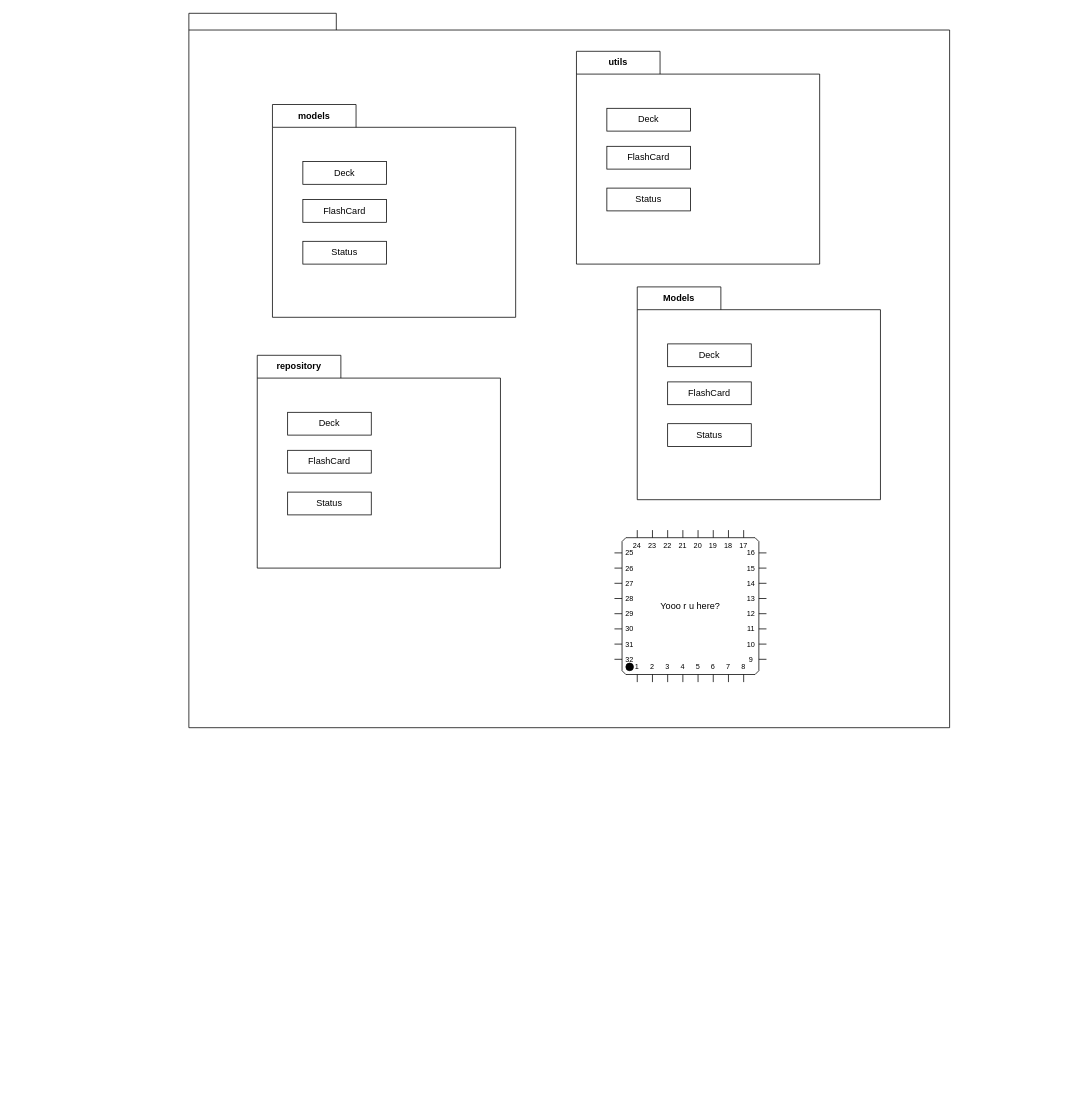
wasimic311/uml keeps this draw.io diagram as package.drawio. Above is the earlier version. Source tidied: cells renumbered, new cells numbered last; positions are measured from the earlier drawing's top-left corner, leaving out a move shared by most shapes. Both pictures are drawn from the tidied source at 76%, with x=0, y=0 at pixel (188, 13).
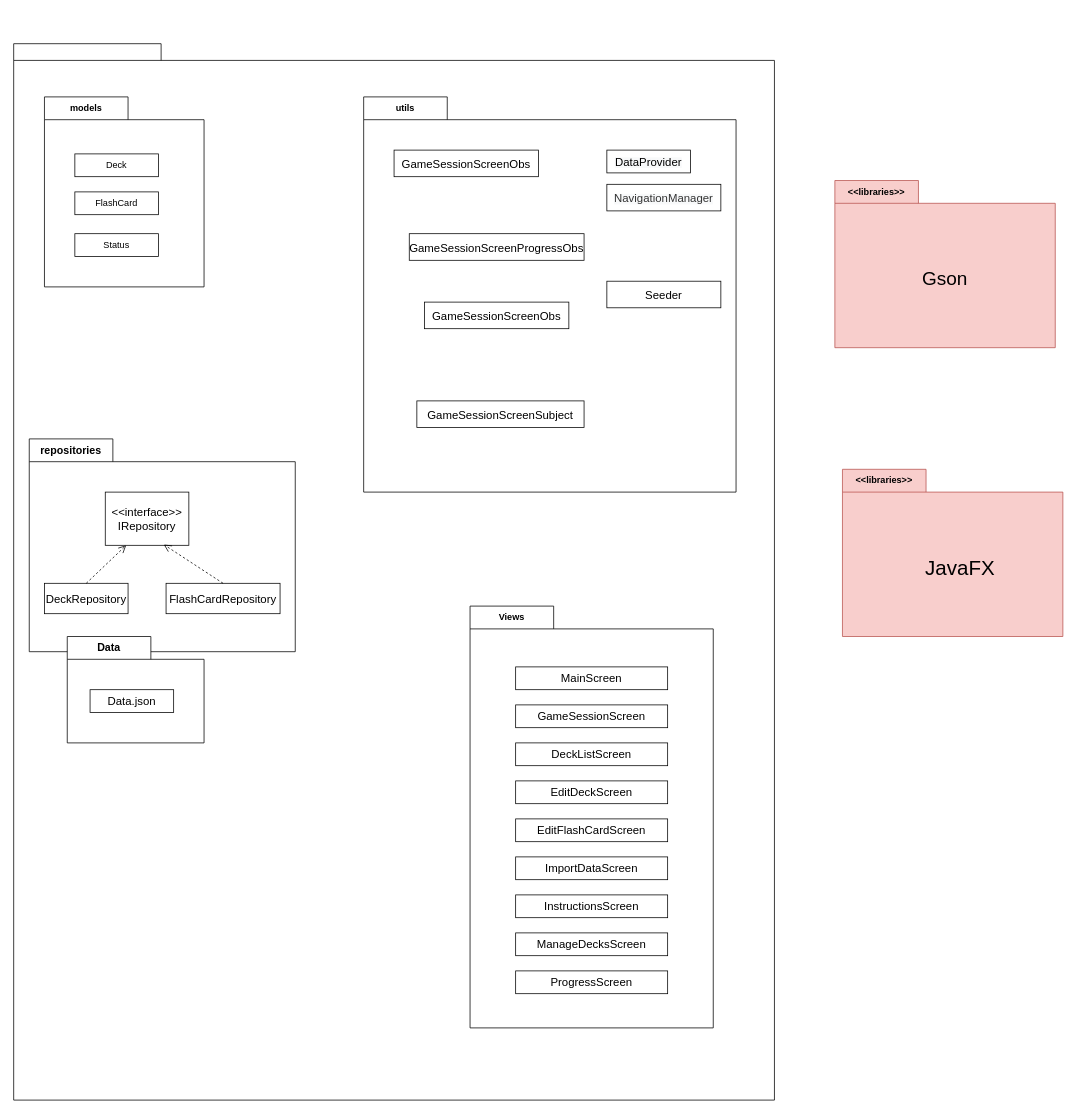
After the change.

Diff of the diagram source:
```diff
@@
     <mxCell id="2" style="shape=folder;fontStyle=1;spacingTop=10;tabWidth=194;tabHeight=22;tabPosition=left;html=1;rounded=0;shadow=0;comic=0;labelBackgroundColor=none;strokeWidth=1;fillColor=none;fontFamily=Verdana;fontSize=10;align=center;" parent="1" vertex="1">
-      <mxGeometry width="1001" height="940" as="geometry" />
+      <mxGeometry x="-230.5" y="40" width="1001" height="1390" as="geometry" />
     </mxCell>
     <mxCell id="3" value="models" style="shape=folder;fontStyle=1;tabWidth=110;tabHeight=30;tabPosition=left;html=1;boundedLbl=1;labelInHeader=1;whiteSpace=wrap;" parent="1" vertex="1">
-      <mxGeometry x="110" y="120" width="320" height="280" as="geometry" />
+      <mxGeometry x="-190" y="110" width="210" height="250" as="geometry" />
     </mxCell>
@@
-    <mxCell id="7" value="utils" style="shape=folder;fontStyle=1;tabWidth=110;tabHeight=30;tabPosition=left;html=1;boundedLbl=1;labelInHeader=1;whiteSpace=wrap;" parent="1" vertex="1">
-      <mxGeometry x="510" y="50" width="320" height="280" as="geometry" />
-    </mxCell>
-    <mxCell id="8" value="Deck" style="html=1;whiteSpace=wrap;" parent="7" vertex="1">
-      <mxGeometry width="110" height="30" relative="1" as="geometry">
-        <mxPoint x="40" y="75" as="offset" />
-      </mxGeometry>
-    </mxCell>
-    <mxCell id="9" value="FlashCard" style="html=1;whiteSpace=wrap;" parent="7" vertex="1">
-      <mxGeometry x="40" y="125" width="110" height="30" as="geometry" />
-    </mxCell>
-    <mxCell id="10" value="Status" style="html=1;whiteSpace=wrap;" parent="7" vertex="1">
-      <mxGeometry x="40" y="180" width="110" height="30" as="geometry" />
-    </mxCell>
-    <mxCell id="11" value="repository" style="shape=folder;fontStyle=1;tabWidth=110;tabHeight=30;tabPosition=left;html=1;boundedLbl=1;labelInHeader=1;whiteSpace=wrap;" parent="1" vertex="1">
-      <mxGeometry x="90" y="450" width="320" height="280" as="geometry" />
+    <mxCell id="11" value="&lt;font style=&quot;font-size: 14px;&quot;&gt;repositories&lt;/font&gt;" style="shape=folder;fontStyle=1;tabWidth=110;tabHeight=30;tabPosition=left;html=1;boundedLbl=1;labelInHeader=1;whiteSpace=wrap;" parent="1" vertex="1">
+      <mxGeometry x="-210" y="560" width="350" height="280" as="geometry" />
     </mxCell>
-    <mxCell id="12" value="Deck" style="html=1;whiteSpace=wrap;" parent="11" vertex="1">
-      <mxGeometry width="110" height="30" relative="1" as="geometry">
-        <mxPoint x="40" y="75" as="offset" />
+    <mxCell id="12" value="&lt;font style=&quot;font-size: 15px;&quot;&gt;&amp;lt;&amp;lt;interface&amp;gt;&amp;gt;&lt;/font&gt;&lt;div&gt;&lt;font style=&quot;&quot;&gt;&lt;span style=&quot;font-size: 15px;&quot;&gt;IRepository&lt;/span&gt;&lt;br&gt;&lt;/font&gt;&lt;/div&gt;" style="html=1;whiteSpace=wrap;" parent="11" vertex="1">
+      <mxGeometry width="110" height="70" relative="1" as="geometry">
+        <mxPoint x="100" y="70" as="offset" />
       </mxGeometry>
     </mxCell>
-    <mxCell id="13" value="FlashCard" style="html=1;whiteSpace=wrap;" parent="11" vertex="1">
-      <mxGeometry x="40" y="125" width="110" height="30" as="geometry" />
+    <mxCell id="13" value="&lt;font style=&quot;font-size: 15px;&quot;&gt;FlashCardRepository&lt;/font&gt;" style="html=1;whiteSpace=wrap;" parent="11" vertex="1">
+      <mxGeometry x="180" y="190" width="150" height="40" as="geometry" />
     </mxCell>
-    <mxCell id="14" value="Status" style="html=1;whiteSpace=wrap;" parent="11" vertex="1">
-      <mxGeometry x="40" y="180" width="110" height="30" as="geometry" />
+    <mxCell id="14" value="&lt;font style=&quot;font-size: 15px;&quot;&gt;DeckRepository&lt;/font&gt;" style="html=1;whiteSpace=wrap;" parent="11" vertex="1">
+      <mxGeometry x="20" y="190" width="110" height="40" as="geometry" />
     </mxCell>
+    <mxCell id="20" style="endArrow=open;startArrow=none;endFill=0;startFill=0;endSize=8;html=1;verticalAlign=bottom;dashed=1;labelBackgroundColor=none;rounded=0;exitX=0.5;exitY=0;exitDx=0;exitDy=0;entryX=0.25;entryY=1;entryDx=0;entryDy=0;" parent="11" edge="1" source="14" target="12">
+      <mxGeometry relative="1" as="geometry" />
+    </mxCell>
+    <mxCell id="21" style="endArrow=open;startArrow=none;endFill=0;startFill=0;endSize=8;html=1;verticalAlign=bottom;dashed=1;labelBackgroundColor=none;rounded=0;exitX=0.5;exitY=0;exitDx=0;exitDy=0;entryX=0.7;entryY=0.986;entryDx=0;entryDy=0;entryPerimeter=0;" parent="11" edge="1" source="13" target="12">
+      <mxGeometry relative="1" as="geometry" />
+    </mxCell>
-    <mxCell id="15" value="Models" style="shape=folder;fontStyle=1;tabWidth=110;tabHeight=30;tabPosition=left;html=1;boundedLbl=1;labelInHeader=1;whiteSpace=wrap;" parent="1" vertex="1">
-      <mxGeometry x="590" y="360" width="320" height="280" as="geometry" />
+    <mxCell id="15" value="Views" style="shape=folder;fontStyle=1;tabWidth=110;tabHeight=30;tabPosition=left;html=1;boundedLbl=1;labelInHeader=1;whiteSpace=wrap;" parent="1" vertex="1">
+      <mxGeometry x="370" y="780" width="320" height="555" as="geometry" />
     </mxCell>
-    <mxCell id="16" value="Deck" style="html=1;whiteSpace=wrap;" parent="15" vertex="1">
-      <mxGeometry width="110" height="30" relative="1" as="geometry">
-        <mxPoint x="40" y="75" as="offset" />
+    <mxCell id="16" value="&lt;font style=&quot;font-size: 15px;&quot;&gt;GameSessionScreen&lt;/font&gt;" style="html=1;whiteSpace=wrap;strokeWidth=1;" parent="15" vertex="1">
+      <mxGeometry width="200" height="30" relative="1" as="geometry">
+        <mxPoint x="60" y="130" as="offset" />
       </mxGeometry>
     </mxCell>
+    <mxCell id="22" value="&lt;font style=&quot;font-size: 15px;&quot;&gt;EditDeckScreen&lt;/font&gt;" style="html=1;whiteSpace=wrap;" parent="15" vertex="1">
+      <mxGeometry x="60" y="230" width="200" height="30" as="geometry" />
+    </mxCell>
-    <mxCell id="17" value="FlashCard" style="html=1;whiteSpace=wrap;" parent="15" vertex="1">
-      <mxGeometry x="40" y="125" width="110" height="30" as="geometry" />
+    <mxCell id="17" value="&lt;span style=&quot;font-size: 15px;&quot;&gt;MainScreen&lt;/span&gt;" style="html=1;whiteSpace=wrap;" parent="15" vertex="1">
+      <mxGeometry x="60" y="80" width="200" height="30" as="geometry" />
     </mxCell>
-    <mxCell id="18" value="Status" style="html=1;whiteSpace=wrap;" parent="15" vertex="1">
-      <mxGeometry x="40" y="180" width="110" height="30" as="geometry" />
-    </mxCell>
-    <mxCell id="19" value="Yooo r u here?" style="shadow=0;dashed=0;align=center;html=1;strokeWidth=1;shape=mxgraph.electrical.logic_gates.qfp_ic;whiteSpace=wrap;labelNames=a,b,c,d,e,f,g,h,i,j,k,l,m,n,o,p,q,r,s,t,u,v,w,x,y,z,a1,b1,c1,d1,e1,f1,g1,h1,i1,j1,k1,l1,m1,n1;" parent="1" vertex="1">
-      <mxGeometry x="560" y="680" width="200" height="200" as="geometry" />
-    </mxCell>
+    <mxCell id="23" value="&lt;font style=&quot;font-size: 15px;&quot;&gt;DeckListScreen&lt;/font&gt;" style="html=1;whiteSpace=wrap;" parent="15" vertex="1">
+      <mxGeometry x="60" y="180" width="200" height="30" as="geometry" />
+    </mxCell>
+    <mxCell id="24" value="&lt;font style=&quot;font-size: 15px;&quot;&gt;InstructionsScreen&lt;/font&gt;" style="html=1;whiteSpace=wrap;" parent="15" vertex="1">
+      <mxGeometry x="60" y="380" width="200" height="30" as="geometry" />
+    </mxCell>
+    <mxCell id="25" value="&lt;span style=&quot;font-size: 15px;&quot;&gt;ImportDataScreen&lt;/span&gt;" style="html=1;whiteSpace=wrap;" parent="15" vertex="1">
+      <mxGeometry x="60" y="330" width="200" height="30" as="geometry" />
+    </mxCell>
+    <mxCell id="26" value="&lt;font style=&quot;font-size: 15px;&quot;&gt;EditFlashCardScreen&lt;/font&gt;" style="html=1;whiteSpace=wrap;" parent="15" vertex="1">
+      <mxGeometry x="60" y="280" width="200" height="30" as="geometry" />
+    </mxCell>
+    <mxCell id="27" value="&lt;font style=&quot;font-size: 15px;&quot;&gt;ManageDecksScreen&lt;/font&gt;" style="html=1;whiteSpace=wrap;" parent="15" vertex="1">
+      <mxGeometry x="60" y="430" width="200" height="30" as="geometry" />
+    </mxCell>
+    <mxCell id="28" value="&lt;font style=&quot;font-size: 15px;&quot;&gt;ProgressScreen&lt;/font&gt;" style="html=1;whiteSpace=wrap;" parent="15" vertex="1">
+      <mxGeometry x="60" y="480" width="200" height="30" as="geometry" />
+    </mxCell>
+    <mxCell id="29" value="&amp;lt;&amp;lt;libraries&amp;gt;&amp;gt;" style="shape=folder;fontStyle=1;tabWidth=110;tabHeight=30;tabPosition=left;html=1;boundedLbl=1;labelInHeader=1;whiteSpace=wrap;fillColor=#f8cecc;strokeColor=#b85450;" parent="1" vertex="1">
+      <mxGeometry x="850" y="220" width="290" height="220" as="geometry" />
+    </mxCell>
+    <mxCell id="30" value="&lt;font style=&quot;font-size: 25px;&quot;&gt;Gson&lt;/font&gt;" style="text;strokeColor=none;align=center;fillColor=none;html=1;verticalAlign=middle;whiteSpace=wrap;rounded=0;" parent="29" vertex="1">
+      <mxGeometry x="15" y="57.5" width="260" height="140" as="geometry" />
+    </mxCell>
+    <mxCell id="31" value="&amp;lt;&amp;lt;libraries&amp;gt;&amp;gt;" style="shape=folder;fontStyle=1;tabWidth=110;tabHeight=30;tabPosition=left;html=1;boundedLbl=1;labelInHeader=1;whiteSpace=wrap;fillColor=#f8cecc;strokeColor=#b85450;" parent="1" vertex="1">
+      <mxGeometry x="860" y="600" width="290" height="220" as="geometry" />
+    </mxCell>
+    <mxCell id="32" value="&lt;font style=&quot;font-size: 27px;&quot;&gt;JavaFX&lt;/font&gt;" style="text;strokeColor=none;align=center;fillColor=none;html=1;verticalAlign=middle;whiteSpace=wrap;rounded=0;" parent="31" vertex="1">
+      <mxGeometry x="50" y="80" width="210" height="100" as="geometry" />
+    </mxCell>
+    <mxCell id="33" value="&lt;font style=&quot;font-size: 14px;&quot;&gt;Data&lt;/font&gt;" style="shape=folder;fontStyle=1;tabWidth=110;tabHeight=30;tabPosition=left;html=1;boundedLbl=1;labelInHeader=1;whiteSpace=wrap;" parent="1" vertex="1">
+      <mxGeometry x="-160" y="820" width="180" height="140" as="geometry" />
+    </mxCell>
+    <mxCell id="34" value="&lt;font style=&quot;font-size: 15px;&quot;&gt;Data.json&lt;/font&gt;" style="html=1;whiteSpace=wrap;" parent="33" vertex="1">
+      <mxGeometry width="110" height="30" relative="1" as="geometry">
+        <mxPoint x="30" y="70" as="offset" />
+      </mxGeometry>
+    </mxCell>
+    <mxCell id="7" value="utils" style="shape=folder;fontStyle=1;tabWidth=110;tabHeight=30;tabPosition=left;html=1;boundedLbl=1;labelInHeader=1;whiteSpace=wrap;" parent="1" vertex="1">
+      <mxGeometry x="230" y="110" width="490" height="520" as="geometry" />
+    </mxCell>
+    <mxCell id="35" value="&lt;span style=&quot;font-family: Helvetica, &amp;quot;VP Default&amp;quot;; background-color: rgb(248, 249, 250);&quot;&gt;&lt;font style=&quot;font-size: 15px;&quot;&gt;DataProvider&lt;/font&gt;&lt;/span&gt;" style="html=1;whiteSpace=wrap;" parent="7" vertex="1">
+      <mxGeometry width="110" height="30" relative="1" as="geometry">
+        <mxPoint x="320" y="70" as="offset" />
+      </mxGeometry>
+    </mxCell>
+    <mxCell id="36" value="&lt;span style=&quot;color: rgb(51, 51, 51); font-family: Helvetica, &amp;quot;VP Default&amp;quot;; background-color: rgb(248, 249, 250);&quot;&gt;&lt;font style=&quot;font-size: 15px;&quot;&gt;NavigationManager&lt;/font&gt;&lt;/span&gt;" style="html=1;whiteSpace=wrap;" parent="7" vertex="1">
+      <mxGeometry x="320" y="115" width="150" height="35" as="geometry" />
+    </mxCell>
+    <mxCell id="37" value="&lt;span style=&quot;font-size: 15px;&quot;&gt;Seeder&lt;/span&gt;" style="html=1;whiteSpace=wrap;" parent="7" vertex="1">
+      <mxGeometry x="320" y="242.5" width="150" height="35" as="geometry" />
+    </mxCell>
+    <mxCell id="38" value="&lt;span style=&quot;font-size: 15px;&quot;&gt;GameSessionScreenObs&lt;/span&gt;" style="html=1;whiteSpace=wrap;" parent="7" vertex="1">
+      <mxGeometry x="40" y="70" width="190" height="35" as="geometry" />
+    </mxCell>
+    <mxCell id="39" value="&lt;span style=&quot;font-size: 15px;&quot;&gt;GameSessionScreenSubject&lt;/span&gt;" style="html=1;whiteSpace=wrap;" parent="7" vertex="1">
+      <mxGeometry x="70" y="400" width="220" height="35" as="geometry" />
+    </mxCell>
+    <mxCell id="40" value="&lt;span style=&quot;font-size: 15px;&quot;&gt;GameSessionScreenProgressObs&lt;/span&gt;" style="html=1;whiteSpace=wrap;" parent="7" vertex="1">
+      <mxGeometry x="60" y="180" width="230" height="35" as="geometry" />
+    </mxCell>
+    <mxCell id="41" value="&lt;span style=&quot;font-size: 15px;&quot;&gt;GameSessionScreenObs&lt;/span&gt;" style="html=1;whiteSpace=wrap;" parent="7" vertex="1">
+      <mxGeometry x="80" y="270" width="190" height="35" as="geometry" />
+    </mxCell>
```
